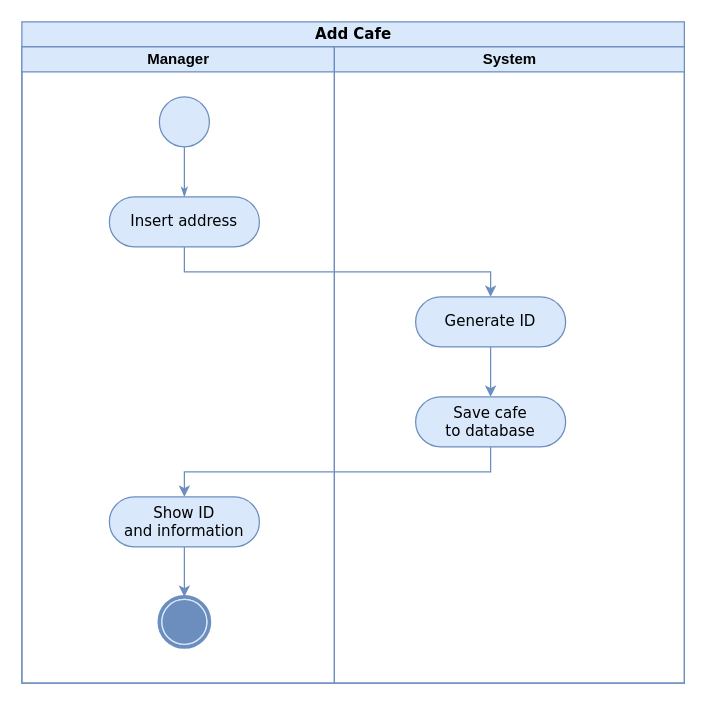
Abcdavid00/Cafe-Management-Application keeps this draw.io diagram as page "AddCafe" (3 of 5) of Diagrams/ActivityDiagram.drawio. Above is the earlier version. Source tidied: cells renumbered, new cells numbered last; positions are measured from the earlier drawing's top-left corner, leaving out a move shared by most shapes. Both pictures are drawn from the tidied source at 125%, with x=0, y=0 at pixel (21, 21).
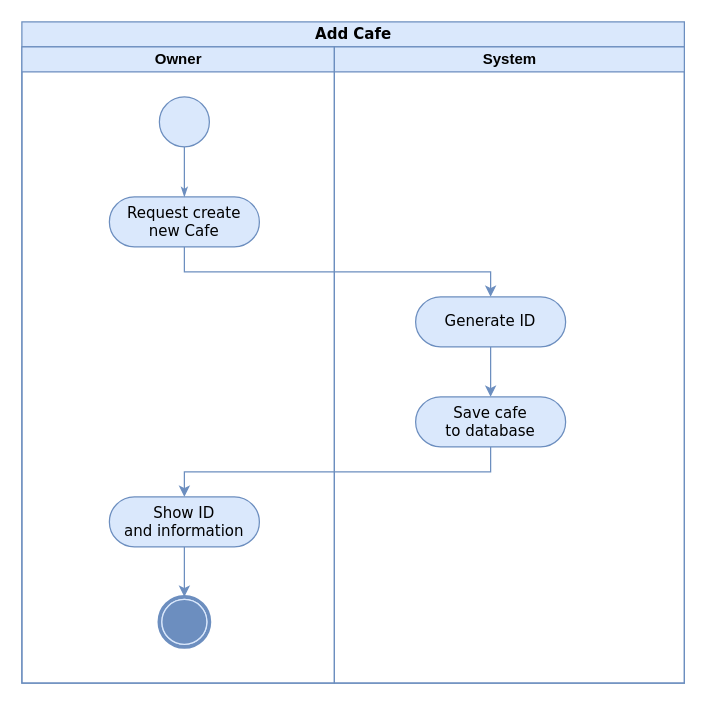
The same page after the edit.

The edit, as a diff of the source:
```diff
@@
 <mxGraphModel>
   <root>
     <mxCell id="0" />
     <mxCell id="1" parent="0" />
     <mxCell id="2" value="Add Cafe" style="swimlane;html=1;startSize=20;rounded=0;shadow=0;comic=0;labelBackgroundColor=none;strokeWidth=1;fontFamily=Verdana;fontSize=12;align=center;fillColor=#dae8fc;strokeColor=#6c8ebf;" parent="1" vertex="1">
       <mxGeometry width="530" height="529" as="geometry" />
     </mxCell>
-    <mxCell id="3" value="Manager" style="swimlane;html=1;startSize=20;fillColor=#dae8fc;strokeColor=#6c8ebf;" parent="2" vertex="1">
+    <mxCell id="3" value="Owner" style="swimlane;html=1;startSize=20;fillColor=#dae8fc;strokeColor=#6c8ebf;" parent="2" vertex="1">
       <mxGeometry y="20" width="250" height="509" as="geometry" />
     </mxCell>
     <mxCell id="4" style="ellipse;whiteSpace=wrap;html=1;rounded=0;shadow=0;comic=0;labelBackgroundColor=none;strokeWidth=1;fillColor=#dae8fc;fontFamily=Verdana;fontSize=12;align=center;strokeColor=#6c8ebf;" parent="3" vertex="1">
       <mxGeometry x="110" y="40" width="40" height="40" as="geometry" />
     </mxCell>
     <mxCell id="5" style="edgeStyle=orthogonalEdgeStyle;rounded=0;html=1;labelBackgroundColor=none;startArrow=none;startFill=0;startSize=5;endArrow=classicThin;endFill=1;endSize=5;jettySize=auto;strokeWidth=1;fontFamily=Verdana;fontSize=12;entryX=0.5;entryY=0;entryDx=0;entryDy=0;fillColor=#dae8fc;strokeColor=#6c8ebf;" parent="3" edge="1" source="4" target="6">
       <mxGeometry relative="1" as="geometry" />
     </mxCell>
-    <mxCell id="6" value="Insert address" style="rounded=1;whiteSpace=wrap;html=1;shadow=0;comic=0;labelBackgroundColor=none;strokeWidth=1;fontFamily=Verdana;fontSize=12;align=center;arcSize=50;fillColor=#dae8fc;strokeColor=#6c8ebf;" parent="3" vertex="1">
+    <mxCell id="6" value="Request create new Cafe" style="rounded=1;whiteSpace=wrap;html=1;shadow=0;comic=0;labelBackgroundColor=none;strokeWidth=1;fontFamily=Verdana;fontSize=12;align=center;arcSize=50;fillColor=#dae8fc;strokeColor=#6c8ebf;" parent="3" vertex="1">
       <mxGeometry x="70" y="120" width="120" height="40" as="geometry" />
     </mxCell>
     <mxCell id="7" style="shape=mxgraph.bpmn.shape;html=1;verticalLabelPosition=bottom;labelBackgroundColor=#ffffff;verticalAlign=top;perimeter=ellipsePerimeter;outline=end;symbol=terminate;rounded=0;shadow=0;comic=0;strokeWidth=1;fontFamily=Verdana;fontSize=12;align=center;fillColor=#dae8fc;strokeColor=#6c8ebf;" parent="3" vertex="1">
       <mxGeometry x="110" y="440" width="40" height="40" as="geometry" />
     </mxCell>
     <mxCell id="8" style="edgeStyle=orthogonalEdgeStyle;rounded=0;jettySize=auto;html=1;exitX=0.5;exitY=1;exitDx=0;exitDy=0;entryX=0.5;entryY=0;entryDx=0;entryDy=0;fillColor=#dae8fc;strokeColor=#6c8ebf;" parent="3" edge="1" source="9" target="7">
       <mxGeometry relative="1" as="geometry" />
     </mxCell>
     <mxCell id="9" value="Show ID&lt;br&gt;and information" style="rounded=1;whiteSpace=wrap;html=1;shadow=0;comic=0;labelBackgroundColor=none;strokeWidth=1;fontFamily=Verdana;fontSize=12;align=center;arcSize=50;fillColor=#dae8fc;strokeColor=#6c8ebf;" parent="3" vertex="1">
       <mxGeometry x="70" y="360" width="120" height="40" as="geometry" />
     </mxCell>
     <mxCell id="10" value="System" style="swimlane;html=1;startSize=20;direction=east;fillColor=#dae8fc;strokeColor=#6c8ebf;" parent="2" vertex="1">
       <mxGeometry x="250" y="20" width="280" height="509" as="geometry" />
     </mxCell>
     <mxCell id="11" style="edgeStyle=orthogonalEdgeStyle;rounded=0;jettySize=auto;html=1;exitX=0.5;exitY=1;exitDx=0;exitDy=0;entryX=0.5;entryY=0;entryDx=0;entryDy=0;fillColor=#dae8fc;strokeColor=#6c8ebf;" parent="10" edge="1" source="12" target="13">
       <mxGeometry relative="1" as="geometry" />
     </mxCell>
     <mxCell id="12" value="Generate ID" style="rounded=1;whiteSpace=wrap;html=1;shadow=0;comic=0;labelBackgroundColor=none;strokeWidth=1;fontFamily=Verdana;fontSize=12;align=center;arcSize=50;fillColor=#dae8fc;strokeColor=#6c8ebf;" parent="10" vertex="1">
       <mxGeometry x="65" y="200" width="120" height="40" as="geometry" />
     </mxCell>
     <mxCell id="13" value="Save cafe&lt;br&gt;to database" style="rounded=1;whiteSpace=wrap;html=1;shadow=0;comic=0;labelBackgroundColor=none;strokeWidth=1;fontFamily=Verdana;fontSize=12;align=center;arcSize=50;fillColor=#dae8fc;strokeColor=#6c8ebf;" parent="10" vertex="1">
       <mxGeometry x="65" y="280" width="120" height="40" as="geometry" />
     </mxCell>
     <mxCell id="14" style="edgeStyle=orthogonalEdgeStyle;rounded=0;jettySize=auto;html=1;exitX=0.5;exitY=1;exitDx=0;exitDy=0;entryX=0.5;entryY=0;entryDx=0;entryDy=0;fillColor=#dae8fc;strokeColor=#6c8ebf;" parent="2" edge="1" source="13" target="9">
       <mxGeometry relative="1" as="geometry" />
     </mxCell>
     <mxCell id="15" style="edgeStyle=orthogonalEdgeStyle;rounded=0;jettySize=auto;html=1;exitX=0.5;exitY=1;exitDx=0;exitDy=0;entryX=0.5;entryY=0;entryDx=0;entryDy=0;fillColor=#dae8fc;strokeColor=#6c8ebf;" parent="2" edge="1" source="6" target="12">
       <mxGeometry relative="1" as="geometry" />
     </mxCell>
   </root>
 </mxGraphModel>
```
